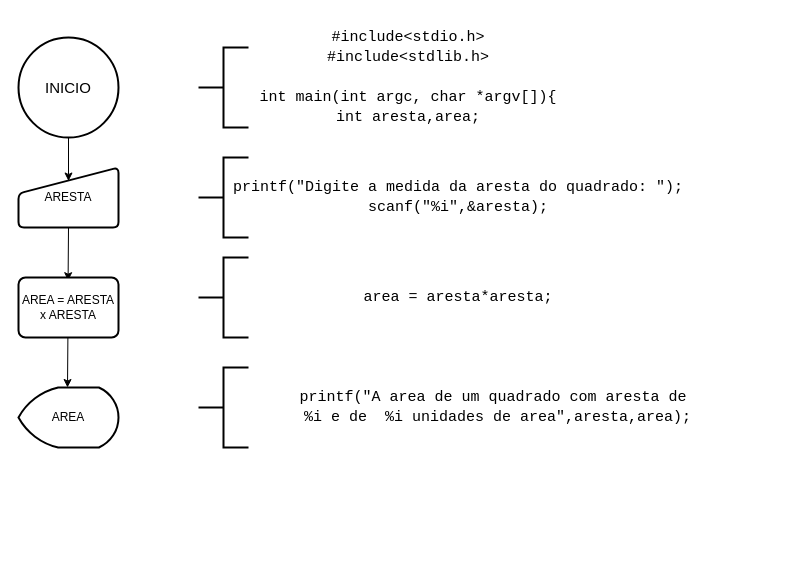
Earlier version of the draw.io diagram Exercicio_03.drawio (rafael-schroer/programacao-aplicada-2021). Source tidied: cells renumbered, new cells numbered last; positions are measured from the earlier drawing's top-left corner, leaving out a move shared by most shapes. Both pictures are drawn from the tidied source at 100%, with x=0, y=0 at pixel (18, 17).
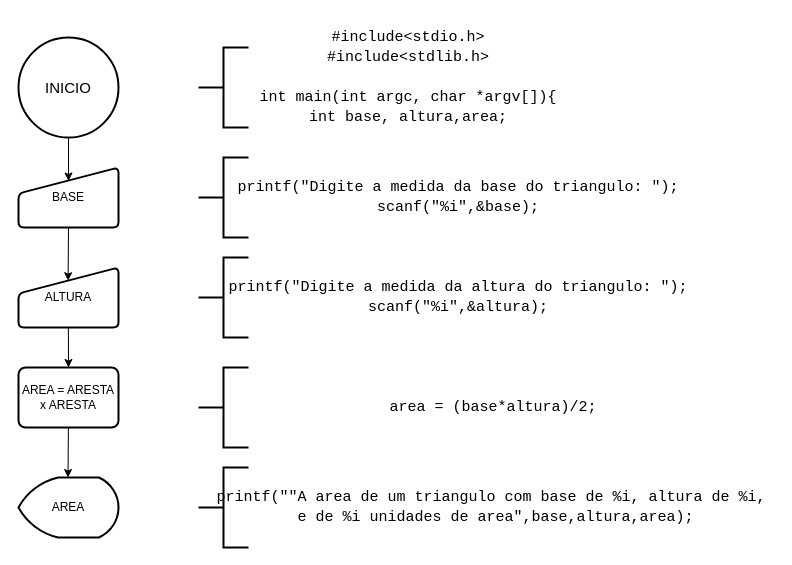
The same diagram, later.

The edit, as a diff of the source:
```diff
@@
-    <mxCell id="2" value="ARESTA" style="html=1;strokeWidth=2;shape=manualInput;whiteSpace=wrap;rounded=1;size=26;arcSize=11;verticalAlign=middle;align=center;" parent="1" vertex="1">
+    <mxCell id="2" value="BASE" style="html=1;strokeWidth=2;shape=manualInput;whiteSpace=wrap;rounded=1;size=26;arcSize=11;verticalAlign=middle;align=center;" parent="1" vertex="1">
       <mxGeometry y="150" width="100" height="60" as="geometry" />
     </mxCell>
@@
-    <mxCell id="6" value="AREA = ARESTA x ARESTA" style="rounded=1;whiteSpace=wrap;html=1;absoluteArcSize=1;arcSize=14;strokeWidth=2;align=center;verticalAlign=middle;" parent="1" vertex="1">
-      <mxGeometry y="260" width="100" height="60" as="geometry" />
-    </mxCell>
     <mxCell id="7" value="AREA" style="strokeWidth=2;html=1;shape=mxgraph.flowchart.display;whiteSpace=wrap;" parent="1" vertex="1">
-      <mxGeometry y="370" width="100" height="60" as="geometry" />
+      <mxGeometry y="460" width="100" height="60" as="geometry" />
     </mxCell>
-    <mxCell id="8" style="endArrow=classic;html=1;exitX=0.5;exitY=1;exitDx=0;exitDy=0;" parent="1" edge="1">
-      <mxGeometry relative="1" as="geometry">
-        <mxPoint x="49.4" y="320" as="sourcePoint" />
-        <mxPoint x="49" y="370" as="targetPoint" />
-      </mxGeometry>
-    </mxCell>
-    <mxCell id="9" value="&lt;div style=&quot;font-family: &amp;quot;consolas&amp;quot; , &amp;quot;courier new&amp;quot; , monospace ; font-size: 15px ; line-height: 20px&quot;&gt;&lt;div style=&quot;font-family: consolas, &amp;quot;courier new&amp;quot;, monospace; line-height: 20px;&quot;&gt;&lt;div&gt;&lt;span style=&quot;&quot;&gt;printf&lt;/span&gt;(&lt;span style=&quot;&quot;&gt;&quot;Digite&amp;nbsp;a&amp;nbsp;medida&amp;nbsp;da&amp;nbsp;aresta&amp;nbsp;do&amp;nbsp;quadrado:&amp;nbsp;&quot;&lt;/span&gt;);&lt;/div&gt;&lt;div&gt;&lt;span style=&quot;&quot;&gt;scanf&lt;/span&gt;(&lt;span style=&quot;&quot;&gt;&quot;&lt;/span&gt;&lt;span style=&quot;&quot;&gt;%i&lt;/span&gt;&lt;span style=&quot;&quot;&gt;&quot;&lt;/span&gt;,&amp;amp;&lt;span style=&quot;&quot;&gt;aresta&lt;/span&gt;);&lt;/div&gt;&lt;/div&gt;&lt;/div&gt;" style="text;html=1;strokeColor=none;fillColor=none;align=center;verticalAlign=middle;whiteSpace=wrap;rounded=0;labelBorderColor=none;" parent="1" vertex="1">
+    <mxCell id="9" value="&lt;div style=&quot;font-family: consolas, &amp;quot;courier new&amp;quot;, monospace; font-size: 15px; line-height: 20px;&quot;&gt;&lt;div&gt;&lt;span style=&quot;&quot;&gt;printf&lt;/span&gt;(&lt;span style=&quot;&quot;&gt;&quot;Digite&amp;nbsp;a&amp;nbsp;medida&amp;nbsp;da&amp;nbsp;base&amp;nbsp;do&amp;nbsp;triangulo:&amp;nbsp;&quot;&lt;/span&gt;);&lt;/div&gt;&lt;div&gt;&lt;span style=&quot;&quot;&gt;scanf&lt;/span&gt;(&lt;span style=&quot;&quot;&gt;&quot;&lt;/span&gt;&lt;span style=&quot;&quot;&gt;%i&lt;/span&gt;&lt;span style=&quot;&quot;&gt;&quot;&lt;/span&gt;,&amp;amp;&lt;span style=&quot;&quot;&gt;base&lt;/span&gt;);&lt;/div&gt;&lt;/div&gt;" style="text;html=1;strokeColor=none;fillColor=none;align=center;verticalAlign=middle;whiteSpace=wrap;rounded=0;labelBorderColor=none;" parent="1" vertex="1">
       <mxGeometry x="240" y="160" width="400" height="40" as="geometry" />
     </mxCell>
@@
-    <mxCell id="13" value="&lt;div style=&quot;font-family: &amp;quot;consolas&amp;quot; , &amp;quot;courier new&amp;quot; , monospace ; font-weight: normal ; font-size: 15px ; line-height: 20px&quot;&gt;&lt;div style=&quot;font-family: consolas, &amp;quot;courier new&amp;quot;, monospace; line-height: 20px;&quot;&gt;&lt;span style=&quot;&quot;&gt;area&lt;/span&gt;&amp;nbsp;=&amp;nbsp;&lt;span style=&quot;&quot;&gt;aresta&lt;/span&gt;*&lt;span style=&quot;&quot;&gt;aresta&lt;/span&gt;;&lt;/div&gt;&lt;/div&gt;" style="text;whiteSpace=wrap;html=1;rounded=0;align=center;verticalAlign=middle;labelBorderColor=none;" parent="1" vertex="1">
+    <mxCell id="13" value="&lt;div style=&quot;font-family: &amp;quot;consolas&amp;quot; , &amp;quot;courier new&amp;quot; , monospace ; font-weight: normal ; font-size: 15px ; line-height: 20px&quot;&gt;&lt;div style=&quot;font-family: &amp;quot;consolas&amp;quot; , &amp;quot;courier new&amp;quot; , monospace ; line-height: 20px&quot;&gt;&lt;div style=&quot;font-family: consolas, &amp;quot;courier new&amp;quot;, monospace; line-height: 20px;&quot;&gt;&lt;div&gt;&lt;span style=&quot;&quot;&gt;printf&lt;/span&gt;(&lt;span style=&quot;&quot;&gt;&quot;Digite&amp;nbsp;a&amp;nbsp;medida&amp;nbsp;da&amp;nbsp;altura&amp;nbsp;do&amp;nbsp;triangulo:&amp;nbsp;&quot;&lt;/span&gt;);&lt;/div&gt;&lt;div&gt;&lt;span style=&quot;&quot;&gt;scanf&lt;/span&gt;(&lt;span style=&quot;&quot;&gt;&quot;&lt;/span&gt;&lt;span style=&quot;&quot;&gt;%i&lt;/span&gt;&lt;span style=&quot;&quot;&gt;&quot;&lt;/span&gt;,&amp;amp;&lt;span style=&quot;&quot;&gt;altura&lt;/span&gt;);&lt;/div&gt;&lt;/div&gt;&lt;/div&gt;&lt;/div&gt;" style="text;whiteSpace=wrap;html=1;rounded=0;align=center;verticalAlign=middle;labelBorderColor=none;" parent="1" vertex="1">
       <mxGeometry x="230" y="250" width="420" height="60" as="geometry" />
     </mxCell>
-    <mxCell id="14" value="&lt;div style=&quot;font-family: &amp;#34;consolas&amp;#34; , &amp;#34;courier new&amp;#34; , monospace ; font-weight: normal ; font-size: 15px ; line-height: 20px&quot;&gt;&lt;div style=&quot;font-family: &amp;#34;consolas&amp;#34; , &amp;#34;courier new&amp;#34; , monospace ; line-height: 20px&quot;&gt;&lt;span&gt;printf&lt;/span&gt;(&lt;span&gt;&quot;A&amp;nbsp;area&amp;nbsp;de&amp;nbsp;um&amp;nbsp;quadrado&amp;nbsp;com&amp;nbsp;aresta&amp;nbsp;de&lt;/span&gt;&lt;/div&gt;&lt;div style=&quot;font-family: &amp;#34;consolas&amp;#34; , &amp;#34;courier new&amp;#34; , monospace ; line-height: 20px&quot;&gt;&lt;span&gt;&amp;nbsp;&lt;/span&gt;&lt;span&gt;%i&lt;/span&gt;&lt;span&gt;&amp;nbsp;e&amp;nbsp;de&amp;nbsp;&amp;nbsp;&lt;/span&gt;&lt;span&gt;%i&lt;/span&gt;&lt;span&gt;&amp;nbsp;unidades&amp;nbsp;de&amp;nbsp;area&quot;&lt;/span&gt;,&lt;span&gt;aresta&lt;/span&gt;,&lt;span&gt;area&lt;/span&gt;);&lt;/div&gt;&lt;/div&gt;" style="text;html=1;rounded=0;align=center;verticalAlign=middle;labelBorderColor=none;whiteSpace=wrap;" parent="1" vertex="1">
+    <mxCell id="14" value="&lt;div style=&quot;font-family: &amp;#34;consolas&amp;#34; , &amp;#34;courier new&amp;#34; , monospace ; font-weight: normal ; font-size: 15px ; line-height: 20px&quot;&gt;&lt;div style=&quot;font-family: &amp;#34;consolas&amp;#34; , &amp;#34;courier new&amp;#34; , monospace ; line-height: 20px&quot;&gt;area = (base*altura)/2;&lt;/div&gt;&lt;/div&gt;" style="text;html=1;rounded=0;align=center;verticalAlign=middle;labelBorderColor=none;whiteSpace=wrap;" parent="1" vertex="1">
       <mxGeometry x="230" y="370" width="490" height="40" as="geometry" />
     </mxCell>
-    <mxCell id="15" value="&lt;div style=&quot;font-family: &amp;quot;consolas&amp;quot; , &amp;quot;courier new&amp;quot; , monospace ; font-weight: normal ; font-size: 15px ; line-height: 20px&quot;&gt;&lt;div style=&quot;font-family: consolas, &amp;quot;courier new&amp;quot;, monospace; line-height: 20px;&quot;&gt;&lt;div&gt;&lt;span style=&quot;&quot;&gt;#include&lt;/span&gt;&lt;span style=&quot;&quot;&gt;&amp;lt;stdio.h&amp;gt;&lt;/span&gt;&lt;/div&gt;&lt;div&gt;&lt;span style=&quot;&quot;&gt;#include&lt;/span&gt;&lt;span style=&quot;&quot;&gt;&amp;lt;stdlib.h&amp;gt;&lt;/span&gt;&lt;/div&gt;&lt;br&gt;&lt;div&gt;&lt;span style=&quot;&quot;&gt;int&lt;/span&gt;&amp;nbsp;&lt;span style=&quot;&quot;&gt;main&lt;/span&gt;(&lt;span style=&quot;&quot;&gt;int&lt;/span&gt;&amp;nbsp;&lt;span style=&quot;&quot;&gt;argc&lt;/span&gt;,&amp;nbsp;&lt;span style=&quot;&quot;&gt;char&lt;/span&gt;&amp;nbsp;*&lt;span style=&quot;&quot;&gt;argv&lt;/span&gt;&lt;span style=&quot;&quot;&gt;[]&lt;/span&gt;){&lt;/div&gt;&lt;div&gt;&lt;span style=&quot;&quot;&gt;int&lt;/span&gt;&amp;nbsp;&lt;span style=&quot;&quot;&gt;aresta&lt;/span&gt;,&lt;span style=&quot;&quot;&gt;area&lt;/span&gt;;&lt;/div&gt;&lt;/div&gt;&lt;/div&gt;" style="text;whiteSpace=wrap;html=1;rounded=0;align=center;verticalAlign=middle;labelBorderColor=none;" parent="1" vertex="1">
+    <mxCell id="15" value="&lt;div style=&quot;font-family: &amp;#34;consolas&amp;#34; , &amp;#34;courier new&amp;#34; , monospace ; font-weight: normal ; font-size: 15px ; line-height: 20px&quot;&gt;&lt;div style=&quot;font-family: &amp;#34;consolas&amp;#34; , &amp;#34;courier new&amp;#34; , monospace ; line-height: 20px&quot;&gt;&lt;div&gt;&lt;span&gt;#include&lt;/span&gt;&lt;span&gt;&amp;lt;stdio.h&amp;gt;&lt;/span&gt;&lt;/div&gt;&lt;div&gt;&lt;span&gt;#include&lt;/span&gt;&lt;span&gt;&amp;lt;stdlib.h&amp;gt;&lt;/span&gt;&lt;/div&gt;&lt;br&gt;&lt;div&gt;&lt;span&gt;int&lt;/span&gt;&amp;nbsp;&lt;span&gt;main&lt;/span&gt;(&lt;span&gt;int&lt;/span&gt;&amp;nbsp;&lt;span&gt;argc&lt;/span&gt;,&amp;nbsp;&lt;span&gt;char&lt;/span&gt;&amp;nbsp;*&lt;span&gt;argv&lt;/span&gt;&lt;span&gt;[]&lt;/span&gt;){&lt;/div&gt;&lt;div&gt;&lt;span&gt;int&lt;/span&gt;&amp;nbsp;base, altura,&lt;span&gt;area&lt;/span&gt;;&lt;/div&gt;&lt;/div&gt;&lt;/div&gt;" style="text;whiteSpace=wrap;html=1;rounded=0;align=center;verticalAlign=middle;labelBorderColor=none;" parent="1" vertex="1">
       <mxGeometry x="240" width="300" height="120" as="geometry" />
     </mxCell>
@@
+    <mxCell id="6" value="AREA = ARESTA x ARESTA" style="rounded=1;whiteSpace=wrap;html=1;absoluteArcSize=1;arcSize=14;strokeWidth=2;align=center;verticalAlign=middle;" parent="1" vertex="1">
+      <mxGeometry y="350" width="100" height="60" as="geometry" />
+    </mxCell>
+    <mxCell id="17" style="endArrow=classic;html=1;exitX=0.5;exitY=1;exitDx=0;exitDy=0;" parent="1" edge="1">
+      <mxGeometry relative="1" as="geometry">
+        <mxPoint x="49.9" y="410" as="sourcePoint" />
+        <mxPoint x="49.5" y="460" as="targetPoint" />
+      </mxGeometry>
+    </mxCell>
+    <mxCell id="18" value="ALTURA" style="html=1;strokeWidth=2;shape=manualInput;whiteSpace=wrap;rounded=1;size=26;arcSize=11;verticalAlign=middle;align=center;" parent="1" vertex="1">
+      <mxGeometry y="250" width="100" height="60" as="geometry" />
+    </mxCell>
+    <mxCell id="19" style="endArrow=classic;html=1;exitX=0.5;exitY=1;exitDx=0;exitDy=0;" parent="1" edge="1">
+      <mxGeometry relative="1" as="geometry">
+        <mxPoint x="49.9" y="310" as="sourcePoint" />
+        <mxPoint x="50" y="350" as="targetPoint" />
+      </mxGeometry>
+    </mxCell>
+    <mxCell id="20" style="strokeWidth=2;html=1;shape=mxgraph.flowchart.annotation_2;align=left;labelPosition=right;" parent="1" vertex="1">
+      <mxGeometry x="180" y="450" width="50" height="80" as="geometry" />
+    </mxCell>
+    <mxCell id="21" value="&lt;div style=&quot;font-family: &amp;#34;consolas&amp;#34; , &amp;#34;courier new&amp;#34; , monospace ; font-weight: normal ; font-size: 15px ; line-height: 20px&quot;&gt;&lt;div style=&quot;font-family: &amp;#34;consolas&amp;#34; , &amp;#34;courier new&amp;#34; , monospace ; line-height: 20px&quot;&gt;&lt;span&gt;printf&lt;/span&gt;(&lt;span&gt;&quot;&lt;/span&gt;&lt;span style=&quot;font-family: &amp;#34;consolas&amp;#34; , &amp;#34;courier new&amp;#34; , monospace&quot;&gt;&quot;A&amp;nbsp;area&amp;nbsp;de&amp;nbsp;um&amp;nbsp;triangulo&amp;nbsp;com&amp;nbsp;base&amp;nbsp;de&amp;nbsp;&lt;/span&gt;&lt;span style=&quot;font-family: &amp;#34;consolas&amp;#34; , &amp;#34;courier new&amp;#34; , monospace&quot;&gt;%i&lt;/span&gt;&lt;span style=&quot;font-family: &amp;#34;consolas&amp;#34; , &amp;#34;courier new&amp;#34; , monospace&quot;&gt;,&amp;nbsp;altura&amp;nbsp;de&amp;nbsp;&lt;/span&gt;&lt;span style=&quot;font-family: &amp;#34;consolas&amp;#34; , &amp;#34;courier new&amp;#34; , monospace&quot;&gt;%i&lt;/span&gt;&lt;span style=&quot;font-family: &amp;#34;consolas&amp;#34; , &amp;#34;courier new&amp;#34; , monospace&quot;&gt;,&amp;nbsp;&lt;/span&gt;&lt;/div&gt;&lt;div style=&quot;font-family: &amp;#34;consolas&amp;#34; , &amp;#34;courier new&amp;#34; , monospace ; line-height: 20px&quot;&gt;&lt;span style=&quot;font-family: &amp;#34;consolas&amp;#34; , &amp;#34;courier new&amp;#34; , monospace&quot;&gt;e&amp;nbsp;de&amp;nbsp;&lt;/span&gt;&lt;span style=&quot;font-family: &amp;#34;consolas&amp;#34; , &amp;#34;courier new&amp;#34; , monospace&quot;&gt;%i&lt;/span&gt;&lt;span style=&quot;font-family: &amp;#34;consolas&amp;#34; , &amp;#34;courier new&amp;#34; , monospace&quot;&gt;&amp;nbsp;unidades&amp;nbsp;de&amp;nbsp;area&quot;,&lt;/span&gt;&lt;span style=&quot;font-family: &amp;#34;consolas&amp;#34; , &amp;#34;courier new&amp;#34; , monospace&quot;&gt;base,&lt;/span&gt;&lt;span style=&quot;font-family: &amp;#34;consolas&amp;#34; , &amp;#34;courier new&amp;#34; , monospace&quot;&gt;altura,&lt;/span&gt;&lt;span style=&quot;font-family: &amp;#34;consolas&amp;#34; , &amp;#34;courier new&amp;#34; , monospace&quot;&gt;area)&lt;/span&gt;;&lt;/div&gt;&lt;/div&gt;" style="text;html=1;rounded=0;align=center;verticalAlign=middle;labelBorderColor=none;whiteSpace=wrap;" parent="1" vertex="1">
+      <mxGeometry x="240" y="470" width="475" height="40" as="geometry" />
+    </mxCell>
```
